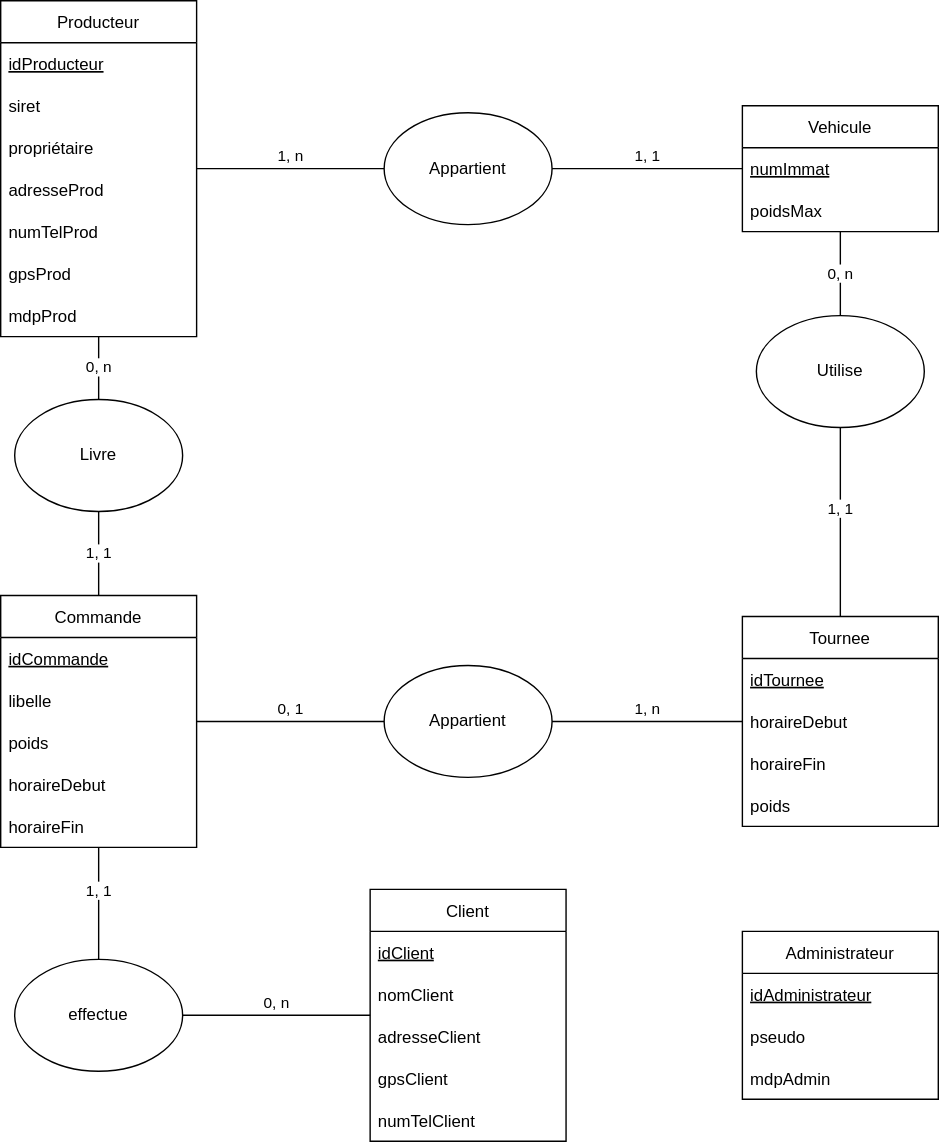
g4bey/Gestionnaire-Distribution-Agricoles keeps this draw.io diagram as MCD/MCD.svg. Above is the earlier version. Source tidied: cells renumbered, new cells last; positions are measured from the earlier drawing's top-left corner, leaving out a move shared by most shapes.
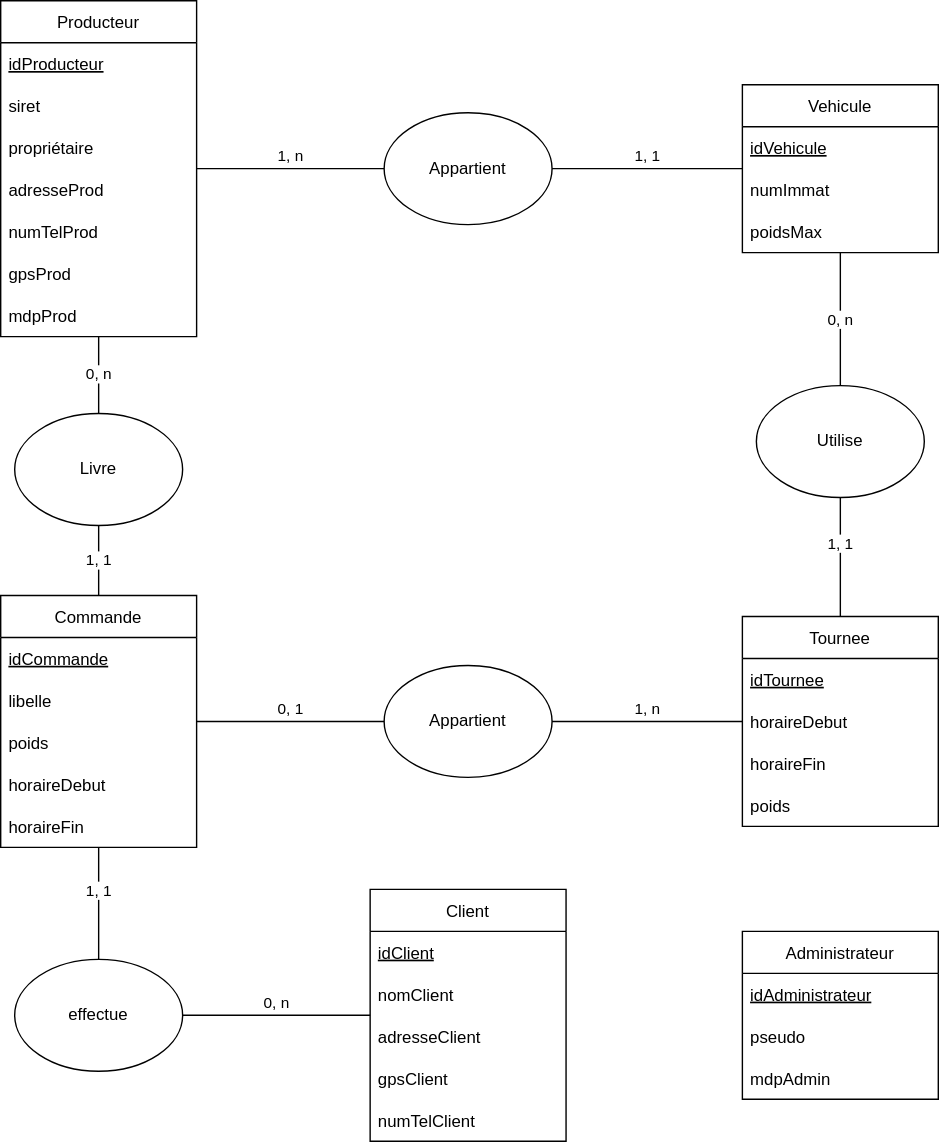
Above is the later version.

Change to the diagram source:
```diff
@@ -21,13 +21,16 @@
       <mxGeometry y="150" width="140" height="30" as="geometry" />
     </mxCell>
     <mxCell id="8" value="Vehicule" style="swimlane;fontStyle=0;horizontal=1;startSize=30;" parent="1" vertex="1">
-      <mxGeometry x="530" y="75" width="140" height="90" as="geometry" />
+      <mxGeometry x="530" y="60" width="140" height="120" as="geometry" />
     </mxCell>
+    <mxCell id="49" value="idVehicule" style="text;strokeColor=none;fillColor=none;align=left;verticalAlign=middle;spacingLeft=4;spacingRight=4;overflow=hidden;fontStyle=4;" parent="8" vertex="1">
+      <mxGeometry y="30" width="140" height="30" as="geometry" />
+    </mxCell>
-    <mxCell id="9" value="numImmat" style="text;strokeColor=none;fillColor=none;align=left;verticalAlign=middle;spacingLeft=4;spacingRight=4;overflow=hidden;fontStyle=4;" parent="8" vertex="1">
-      <mxGeometry y="30" width="140" height="30" as="geometry" />
+    <mxCell id="9" value="numImmat" style="text;strokeColor=none;fillColor=none;align=left;verticalAlign=middle;spacingLeft=4;spacingRight=4;overflow=hidden;fontStyle=0;" parent="8" vertex="1">
+      <mxGeometry y="60" width="140" height="30" as="geometry" />
     </mxCell>
     <mxCell id="10" value="poidsMax" style="text;strokeColor=none;fillColor=none;align=left;verticalAlign=middle;spacingLeft=4;spacingRight=4;overflow=hidden;" parent="8" vertex="1">
-      <mxGeometry y="60" width="140" height="30" as="geometry" />
+      <mxGeometry y="90" width="140" height="30" as="geometry" />
     </mxCell>
     <mxCell id="11" value="Producteur" style="swimlane;fontStyle=0;horizontal=1;startSize=30;" parent="1" vertex="1">
       <mxGeometry width="140" height="240" as="geometry" />
@@ -90,7 +93,7 @@
       <mxGeometry y="120" width="140" height="30" as="geometry" />
     </mxCell>
     <mxCell id="31" value="Livre" style="ellipse;whiteSpace=wrap;html=1;" parent="1" vertex="1">
-      <mxGeometry x="10" y="285" width="120" height="80" as="geometry" />
+      <mxGeometry x="10" y="295" width="120" height="80" as="geometry" />
     </mxCell>
     <mxCell id="32" value="effectue" style="ellipse;whiteSpace=wrap;html=1;" parent="1" vertex="1">
       <mxGeometry x="10" y="685" width="120" height="80" as="geometry" />
@@ -114,7 +117,7 @@
       <mxGeometry relative="1" as="geometry" />
     </mxCell>
     <mxCell id="39" value="Utilise" style="ellipse;whiteSpace=wrap;html=1;" parent="1" vertex="1">
-      <mxGeometry x="540" y="225" width="120" height="80" as="geometry" />
+      <mxGeometry x="540" y="275" width="120" height="80" as="geometry" />
     </mxCell>
     <mxCell id="40" value="1, 1" style="endArrow=none;html=1;rounded=0;verticalAlign=bottom;" parent="1" edge="1" source="26" target="39">
       <mxGeometry relative="1" as="geometry" />
```
